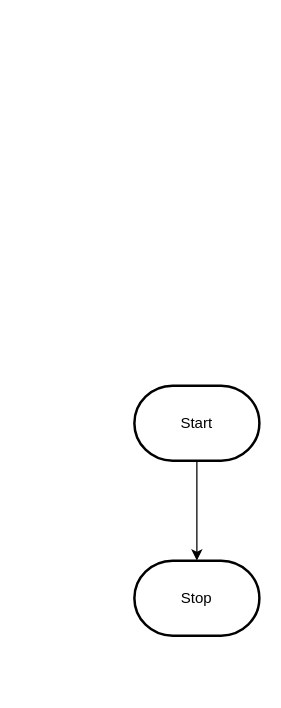
This is design/flowchart.drawio from MTHS-ICS2O-2-2022/ICS2O-Assignment-05-alyssia-fung, a draw.io file, before an edit. Source tidied: cells renumbered, new cells numbered last; positions are measured from the earlier drawing's top-left corner, leaving out a move shared by most shapes. Both pictures are drawn from the tidied source at 125%, with x=0, y=0 at pixel (134, 385).
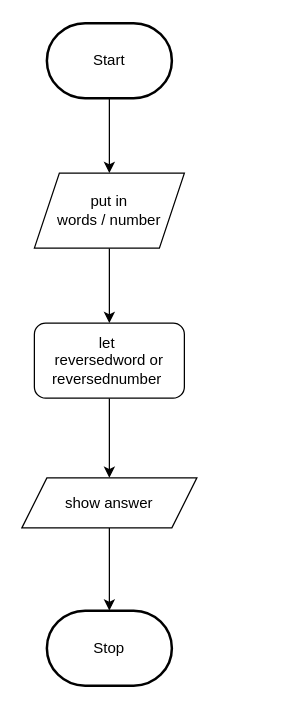
The same diagram, later.

Diff of the diagram source:
```diff
@@
 <mxGraphModel>
   <root>
     <mxCell id="0" />
     <mxCell id="1" parent="0" />
-    <mxCell id="2" style="edgeStyle=orthogonalEdgeStyle;html=1;rounded=0;" parent="1" edge="1" source="3" target="4">
+    <mxCell id="2" style="edgeStyle=none;html=1;" parent="1" edge="1" source="3" target="6">
       <mxGeometry relative="1" as="geometry" />
     </mxCell>
     <mxCell id="3" value="Start" style="strokeWidth=2;html=1;shape=mxgraph.flowchart.terminator;whiteSpace=wrap;" parent="1" vertex="1">
-      <mxGeometry width="100" height="60" as="geometry" />
+      <mxGeometry x="-70" y="-290" width="100" height="60" as="geometry" />
     </mxCell>
     <mxCell id="4" value="Stop" style="strokeWidth=2;html=1;shape=mxgraph.flowchart.terminator;whiteSpace=wrap;" parent="1" vertex="1">
-      <mxGeometry y="140" width="100" height="60" as="geometry" />
+      <mxGeometry x="-70" y="180" width="100" height="60" as="geometry" />
     </mxCell>
+    <mxCell id="5" style="edgeStyle=none;html=1;" parent="1" edge="1" source="6" target="10">
+      <mxGeometry relative="1" as="geometry" />
+    </mxCell>
+    <mxCell id="6" value="put in &lt;br&gt;words / number" style="shape=parallelogram;perimeter=parallelogramPerimeter;whiteSpace=wrap;html=1;fixedSize=1;" parent="1" vertex="1">
+      <mxGeometry x="-80" y="-170" width="120" height="60" as="geometry" />
+    </mxCell>
+    <mxCell id="7" style="edgeStyle=none;html=1;entryX=0.5;entryY=0;entryDx=0;entryDy=0;entryPerimeter=0;" parent="1" edge="1" source="8" target="4">
+      <mxGeometry relative="1" as="geometry" />
+    </mxCell>
+    <mxCell id="8" value="show answer" style="shape=parallelogram;perimeter=parallelogramPerimeter;whiteSpace=wrap;html=1;fixedSize=1;" parent="1" vertex="1">
+      <mxGeometry x="-90" y="73.8" width="140" height="40" as="geometry" />
+    </mxCell>
+    <mxCell id="9" style="edgeStyle=none;html=1;entryX=0.5;entryY=0;entryDx=0;entryDy=0;" parent="1" edge="1" source="10" target="8">
+      <mxGeometry relative="1" as="geometry" />
+    </mxCell>
+    <mxCell id="10" value="let&amp;nbsp;&lt;br&gt;reversedword or reversednumber&amp;nbsp;" style="rounded=1;whiteSpace=wrap;html=1;" parent="1" vertex="1">
+      <mxGeometry x="-80" y="-50" width="120" height="60" as="geometry" />
+    </mxCell>
   </root>
 </mxGraphModel>
```
